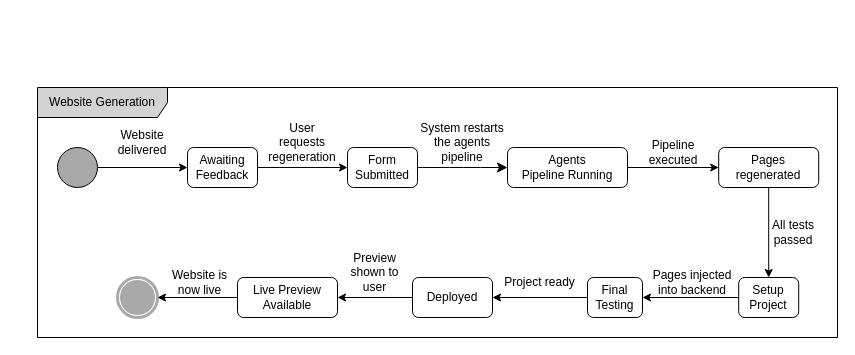
Above: page "Page-10" (9 of 10) of Untitled Diagram.drawio in FrozenEnigma51051/Draw.io (draw.io), before the change. Source tidied: cells renumbered, new cells numbered last; positions are measured from the earlier drawing's top-left corner, leaving out a move shared by most shapes. Both pictures are drawn from the tidied source at 100%, with x=0, y=0 at pixel (37, 87).
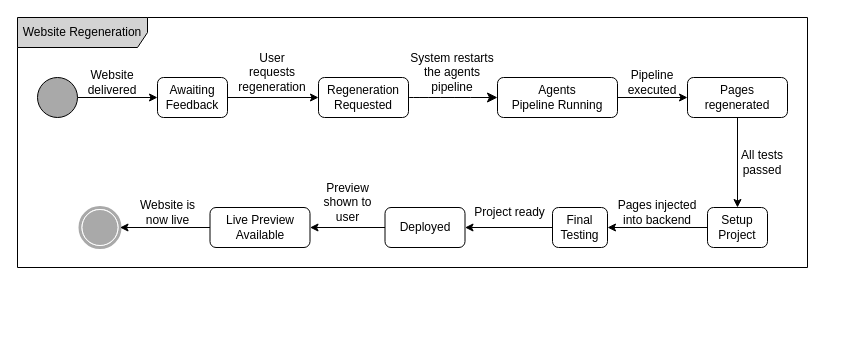
The same diagram, later.

Change to the diagram source:
```diff
@@
-    <mxCell id="2" style="edgeStyle=none;curved=1;rounded=0;jettySize=auto;html=1;fontSize=12;startSize=8;endSize=8;" parent="1" edge="1" source="3">
-      <mxGeometry relative="1" as="geometry">
-        <mxPoint x="470" y="80" as="targetPoint" />
-      </mxGeometry>
+    <mxCell id="2" style="edgeStyle=none;curved=1;rounded=0;jettySize=auto;html=1;fontSize=12;startSize=8;endSize=8;entryX=0;entryY=0.5;entryDx=0;entryDy=0;" parent="1" edge="1" source="3" target="26">
+      <mxGeometry relative="1" as="geometry" />
     </mxCell>
-    <mxCell id="3" value="Form Submitted" style="rounded=1;whiteSpace=wrap;html=1;" parent="1" vertex="1">
-      <mxGeometry x="310" y="60" width="70" height="40" as="geometry" />
+    <mxCell id="3" value="Regeneration Requested" style="rounded=1;whiteSpace=wrap;html=1;" parent="1" vertex="1">
+      <mxGeometry x="281" y="-10" width="90" height="40" as="geometry" />
     </mxCell>
@@
     <mxCell id="5" style="ellipse;whiteSpace=wrap;html=1;rounded=0;shadow=0;comic=0;labelBackgroundColor=none;strokeWidth=1;fillColor=#A9A9A9;fontFamily=Verdana;fontSize=12;align=center;" parent="1" vertex="1">
-      <mxGeometry x="20" y="60" width="40" height="40" as="geometry" />
+      <mxGeometry y="-10" width="40" height="40" as="geometry" />
     </mxCell>
     <mxCell id="6" style="shape=mxgraph.bpmn.shape;html=1;verticalLabelPosition=bottom;labelBackgroundColor=#ffffff;verticalAlign=top;perimeter=ellipsePerimeter;outline=end;symbol=terminate;rounded=0;shadow=0;comic=0;strokeWidth=1;fontFamily=Verdana;fontSize=12;align=center;strokeColor=#A9A9A9;fillColor=#FFFFFF;" parent="1" vertex="1">
-      <mxGeometry x="80" y="190" width="40" height="40" as="geometry" />
+      <mxGeometry x="42.5" y="120" width="40" height="40" as="geometry" />
     </mxCell>
@@
     <mxCell id="8" value="Awaiting Feedback" style="rounded=1;whiteSpace=wrap;html=1;" parent="1" vertex="1">
-      <mxGeometry x="150" y="60" width="70" height="40" as="geometry" />
+      <mxGeometry x="120" y="-10" width="70" height="40" as="geometry" />
     </mxCell>
@@
     <mxCell id="10" value="Live Preview Available" style="rounded=1;whiteSpace=wrap;html=1;" parent="1" vertex="1">
-      <mxGeometry x="200" y="190" width="100" height="40" as="geometry" />
+      <mxGeometry x="172.5" y="120" width="100" height="40" as="geometry" />
     </mxCell>
@@
     <mxCell id="12" value="Deployed" style="rounded=1;whiteSpace=wrap;html=1;" parent="1" vertex="1">
-      <mxGeometry x="375" y="190" width="80" height="40" as="geometry" />
+      <mxGeometry x="347.5" y="120" width="80" height="40" as="geometry" />
     </mxCell>
@@
     <mxCell id="14" value="Final Testing" style="rounded=1;whiteSpace=wrap;html=1;" parent="1" vertex="1">
-      <mxGeometry x="550" y="190" width="55" height="40" as="geometry" />
+      <mxGeometry x="515" y="120" width="55" height="40" as="geometry" />
     </mxCell>
@@
     <mxCell id="16" value="Setup Project" style="rounded=1;whiteSpace=wrap;html=1;" parent="1" vertex="1">
-      <mxGeometry x="701.2" y="190" width="60" height="40" as="geometry" />
+      <mxGeometry x="670" y="120" width="60" height="40" as="geometry" />
     </mxCell>
     <mxCell id="17" value="System restarts the agents pipeline" style="text;strokeColor=none;align=center;fillColor=none;html=1;verticalAlign=middle;whiteSpace=wrap;rounded=0;" parent="1" vertex="1">
-      <mxGeometry x="380" y="50" width="90" height="10" as="geometry" />
+      <mxGeometry x="370" y="-20" width="90" height="10" as="geometry" />
     </mxCell>
     <mxCell id="18" value="User requests regeneration" style="text;strokeColor=none;align=center;fillColor=none;html=1;verticalAlign=middle;whiteSpace=wrap;rounded=0;" parent="1" vertex="1">
-      <mxGeometry x="240" y="40" width="50" height="30" as="geometry" />
+      <mxGeometry x="210" y="-30" width="50" height="30" as="geometry" />
     </mxCell>
     <mxCell id="19" value="Website delivered" style="text;strokeColor=none;align=center;fillColor=none;html=1;verticalAlign=middle;whiteSpace=wrap;rounded=0;" parent="1" vertex="1">
-      <mxGeometry x="70" y="40" width="70" height="30" as="geometry" />
+      <mxGeometry x="40" y="-20" width="70" height="30" as="geometry" />
     </mxCell>
     <mxCell id="20" value="Pages injected into backend" style="text;strokeColor=none;align=center;fillColor=none;html=1;verticalAlign=middle;whiteSpace=wrap;rounded=0;" parent="1" vertex="1">
-      <mxGeometry x="605" y="180" width="100" height="30" as="geometry" />
+      <mxGeometry x="570" y="110" width="100" height="30" as="geometry" />
     </mxCell>
     <mxCell id="21" value="Project ready" style="text;strokeColor=none;align=center;fillColor=none;html=1;verticalAlign=middle;whiteSpace=wrap;rounded=0;" parent="1" vertex="1">
-      <mxGeometry x="450" y="180" width="105" height="30" as="geometry" />
+      <mxGeometry x="420" y="110" width="105" height="30" as="geometry" />
     </mxCell>
     <mxCell id="22" value="Preview shown to user" style="text;strokeColor=none;align=center;fillColor=none;html=1;verticalAlign=middle;whiteSpace=wrap;rounded=0;" parent="1" vertex="1">
-      <mxGeometry x="300" y="170" width="75" height="30" as="geometry" />
+      <mxGeometry x="272.5" y="100" width="75" height="30" as="geometry" />
     </mxCell>
     <mxCell id="23" value="Website is now live" style="text;strokeColor=none;align=center;fillColor=none;html=1;verticalAlign=middle;whiteSpace=wrap;rounded=0;" parent="1" vertex="1">
-      <mxGeometry x="125" y="180" width="75" height="30" as="geometry" />
+      <mxGeometry x="92.5" y="110" width="75" height="30" as="geometry" />
     </mxCell>
-    <mxCell id="24" value="Website Generation" style="shape=umlFrame;whiteSpace=wrap;html=1;width=130;height=30;fillColor=#D3D3D3;" parent="1" vertex="1">
-      <mxGeometry width="800" height="250" as="geometry" />
+    <mxCell id="24" value="Website Regeneration" style="shape=umlFrame;whiteSpace=wrap;html=1;width=130;height=30;fillColor=#D3D3D3;" parent="1" vertex="1">
+      <mxGeometry x="-20" y="-70" width="790" height="250" as="geometry" />
     </mxCell>
@@
     <mxCell id="26" value="Agents&lt;div&gt;Pipeline Running&lt;/div&gt;" style="rounded=1;whiteSpace=wrap;html=1;" parent="1" vertex="1">
-      <mxGeometry x="470" y="60" width="120" height="40" as="geometry" />
+      <mxGeometry x="460" y="-10" width="120" height="40" as="geometry" />
     </mxCell>
@@
     <mxCell id="28" value="Pages regenerated" style="rounded=1;whiteSpace=wrap;html=1;" parent="1" vertex="1">
-      <mxGeometry x="681.2" y="60" width="100" height="40" as="geometry" />
+      <mxGeometry x="650" y="-10" width="100" height="40" as="geometry" />
     </mxCell>
     <mxCell id="29" value="Pipeline executed" style="text;strokeColor=none;align=center;fillColor=none;html=1;verticalAlign=middle;whiteSpace=wrap;rounded=0;" parent="1" vertex="1">
-      <mxGeometry x="591.2" y="60" width="90" height="10" as="geometry" />
+      <mxGeometry x="570" y="-10" width="90" height="10" as="geometry" />
     </mxCell>
     <mxCell id="30" value="All tests passed" style="text;strokeColor=none;align=center;fillColor=none;html=1;verticalAlign=middle;whiteSpace=wrap;rounded=0;" parent="1" vertex="1">
-      <mxGeometry x="731.2" y="140" width="50" height="10" as="geometry" />
+      <mxGeometry x="700" y="70" width="50" height="10" as="geometry" />
     </mxCell>
```
